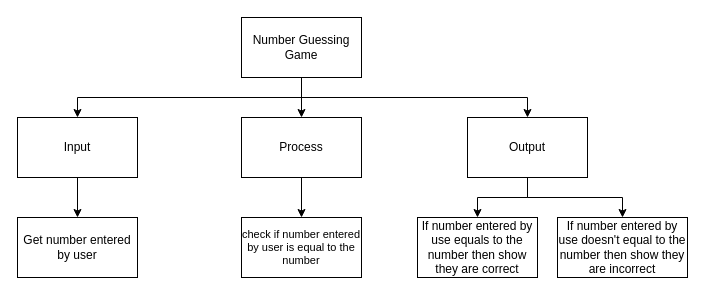
Before: design.drawio in michael-clermont1/ICS3U-Unit3-04-Python, a draw.io diagram. Source tidied: cells renumbered, new cells numbered last; positions are measured from the earlier drawing's top-left corner, leaving out a move shared by most shapes. Both pictures are drawn from the tidied source at 100%, with x=0, y=0 at pixel (17, 17).
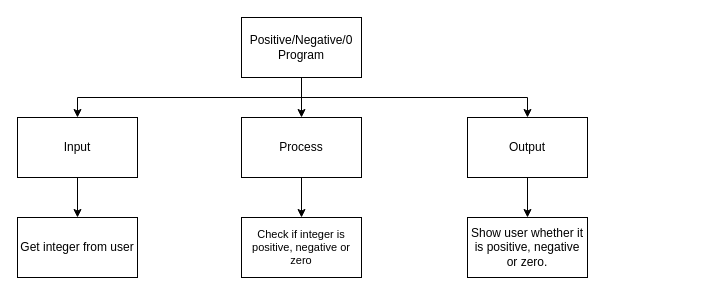
The same diagram, later.

The change refers to these unchanged cells:
```xml
<mxCell id="12" value="Output" style="rounded=0;whiteSpace=wrap;html=1;" parent="1" vertex="1">
  <mxGeometry x="450" y="100" width="120" height="60" as="geometry" />
</mxCell>
```

Diff of the diagram source:
```diff
@@
-    <mxCell id="5" value="Number Guessing Game" style="rounded=0;whiteSpace=wrap;html=1;" parent="1" vertex="1">
+    <mxCell id="5" value="Positive/Negative/0 Program" style="rounded=0;whiteSpace=wrap;html=1;" parent="1" vertex="1">
       <mxGeometry x="224" width="120" height="60" as="geometry" />
     </mxCell>
@@
-    <mxCell id="11" style="edgeStyle=orthogonalEdgeStyle;html=1;entryX=0.5;entryY=0;entryDx=0;entryDy=0;rounded=0;" parent="1" edge="1" source="12" target="16">
-      <mxGeometry relative="1" as="geometry" />
-    </mxCell>
@@
-    <mxCell id="13" value="Get number entered by user" style="rounded=0;whiteSpace=wrap;html=1;" parent="1" vertex="1">
+    <mxCell id="13" value="Get integer from user" style="rounded=0;whiteSpace=wrap;html=1;" parent="1" vertex="1">
       <mxGeometry y="200" width="120" height="60" as="geometry" />
     </mxCell>
-    <mxCell id="14" value="If number entered by use equals to the number then show they are correct" style="rounded=0;whiteSpace=wrap;html=1;" parent="1" vertex="1">
-      <mxGeometry x="400" y="200" width="120" height="60" as="geometry" />
+    <mxCell id="14" value="Show user whether it is positive, negative or zero." style="rounded=0;whiteSpace=wrap;html=1;" parent="1" vertex="1">
+      <mxGeometry x="450" y="200" width="120" height="60" as="geometry" />
     </mxCell>
-    <mxCell id="15" value="check if number entered by user is equal to the number" style="rounded=0;whiteSpace=wrap;html=1;fontFamily=Helvetica;fontSize=11;fontColor=default;" parent="1" vertex="1">
+    <mxCell id="15" value="Check if integer is positive, negative or zero" style="rounded=0;whiteSpace=wrap;html=1;fontFamily=Helvetica;fontSize=11;fontColor=default;" parent="1" vertex="1">
       <mxGeometry x="224" y="200" width="120" height="60" as="geometry" />
     </mxCell>
-    <mxCell id="16" value="If number entered by use doesn't equal to the number then show they are incorrect" style="rounded=0;whiteSpace=wrap;html=1;" parent="1" vertex="1">
-      <mxGeometry x="540" y="200" width="130" height="60" as="geometry" />
-    </mxCell>
```
